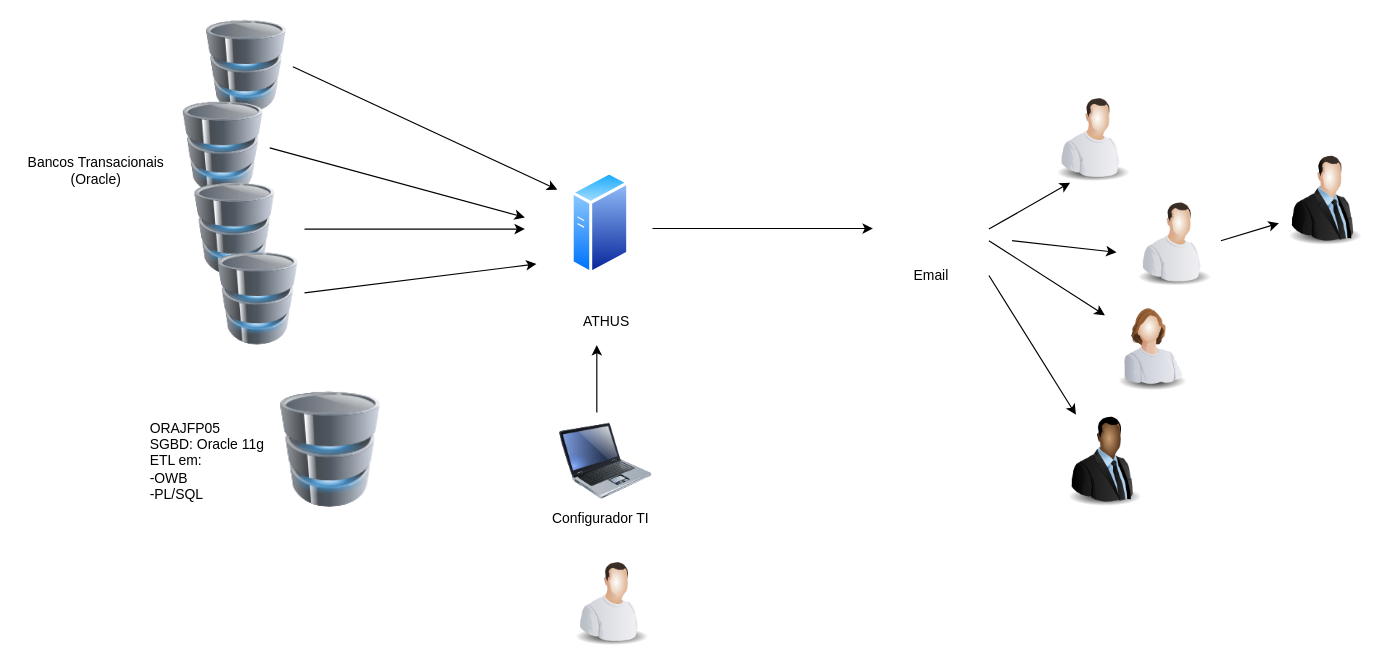
Earlier version of the draw.io diagram as_is_Athus.drawio (rafaelr00/arquitetura). Source tidied: cells renumbered, new cells numbered last; positions are measured from the earlier drawing's top-left corner, leaving out a move shared by most shapes. Both pictures are drawn from the tidied source at 116%, with x=0, y=0 at pixel (20, 20).
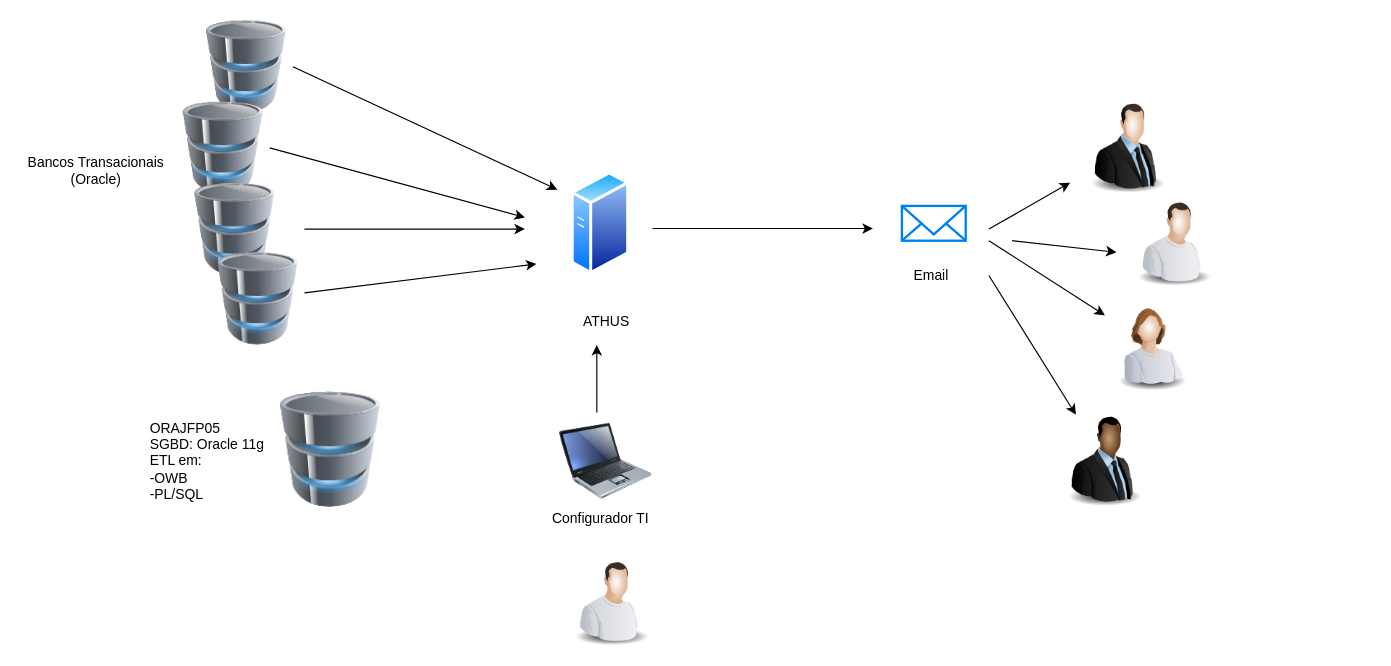
The same page after the edit.

The change refers to these unchanged cells:
```xml
<mxCell id="13" style="image;html=1;labelBackgroundColor=#ffffff;image=img/lib/clip_art/people/Worker_Man_128x128.png;" parent="1" vertex="1">
  <mxGeometry x="955" y="150" width="80" height="80" as="geometry" />
</mxCell>
```

Diff of the diagram source:
```diff
@@
-    <mxCell id="2" style="image;html=1;labelBackgroundColor=#ffffff;image=img/lib/clip_art/people/Worker_Man_128x128.png;" parent="1" vertex="1">
-      <mxGeometry x="885" y="60" width="80" height="80" as="geometry" />
-    </mxCell>
     <mxCell id="3" style="image;html=1;labelBackgroundColor=#ffffff;image=img/lib/clip_art/people/Suit_Man_128x128.png;" parent="1" vertex="1">
-      <mxGeometry x="1085" y="115" width="80" height="80" as="geometry" />
+      <mxGeometry x="915" y="70" width="80" height="80" as="geometry" />
     </mxCell>
@@
-    <mxCell id="25" style="endArrow=classic;html=1;entryX=0.25;entryY=1;entryDx=0;entryDy=0;" parent="1" edge="1" target="2">
+    <mxCell id="25" style="endArrow=classic;html=1;entryX=0.25;entryY=1;entryDx=0;entryDy=0;" parent="1" edge="1">
       <mxGeometry relative="1" as="geometry">
         <mxPoint x="835" y="180" as="sourcePoint" />
+        <mxPoint x="905" y="140" as="targetPoint" />
       </mxGeometry>
     </mxCell>
@@
-    <mxCell id="27" style="endArrow=classic;html=1;exitX=1;exitY=0.5;exitDx=0;exitDy=0;entryX=0;entryY=0.75;entryDx=0;entryDy=0;" parent="1" edge="1" source="13" target="3">
-      <mxGeometry relative="1" as="geometry" />
-    </mxCell>
@@
+    <mxCell id="31" style="html=1;verticalLabelPosition=bottom;align=center;labelBackgroundColor=#ffffff;verticalAlign=top;strokeWidth=2;strokeColor=#0080F0;shadow=0;dashed=0;shape=mxgraph.ios7.icons.mail;" parent="1" vertex="1">
+      <mxGeometry x="760" y="160" width="55" height="30" as="geometry" />
+    </mxCell>
```
